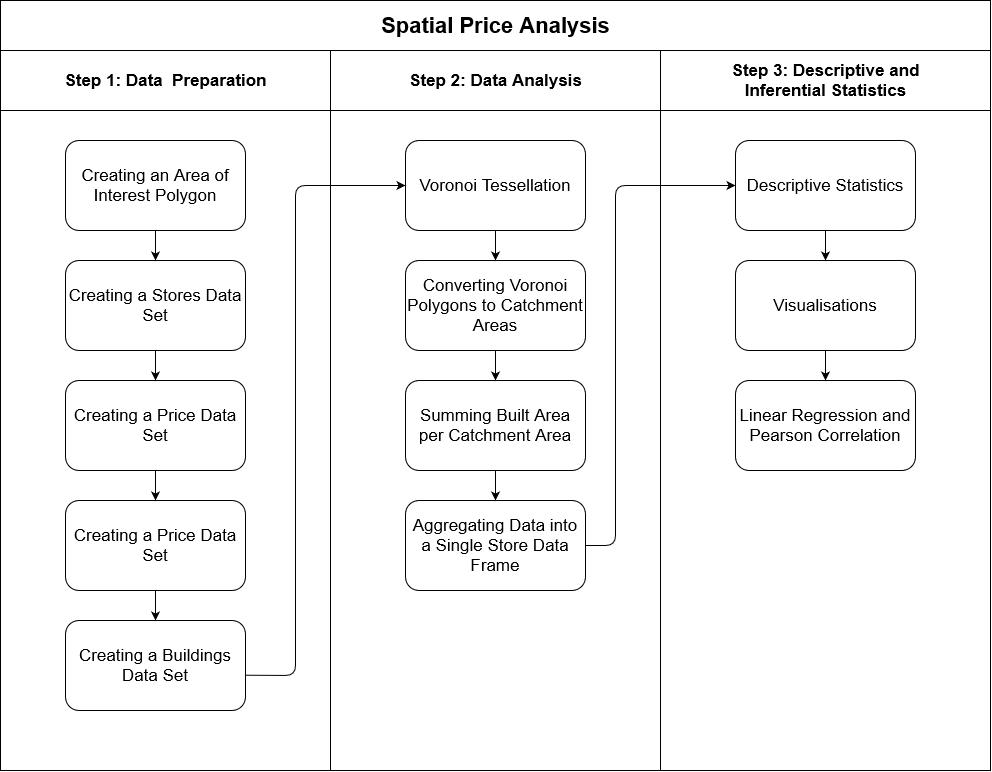
This is plots/flowchart.png from jonathangat/SpatialPriceAnalysis, a draw.io export, as it was before one commit. Source tidied: cells renumbered, new cells last; positions are measured from the earlier drawing's top-left corner, leaving out a move shared by most shapes.
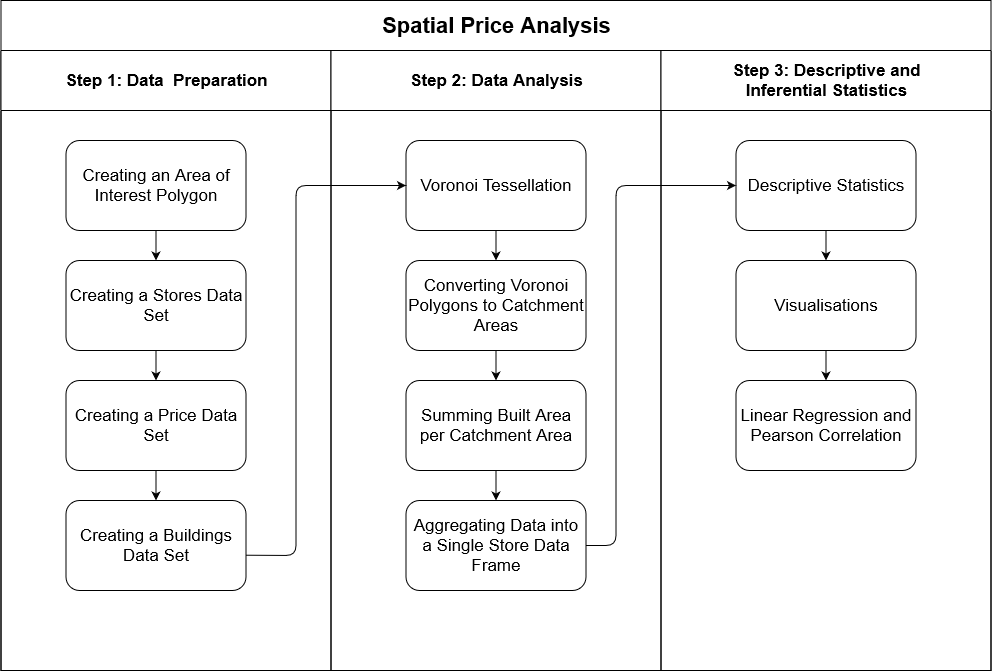
Above is the later version.

The edit, as a diff of the source:
```diff
@@ -3,10 +3,10 @@
     <mxCell id="0" />
     <mxCell id="1" parent="0" />
     <mxCell id="2" value="Spatial Price Analysis" style="swimlane;html=1;startSize=50;fontFamily=Helvetica;fontSize=22;" parent="1" vertex="1">
-      <mxGeometry width="990" height="770" as="geometry" />
+      <mxGeometry width="990" height="670" as="geometry" />
     </mxCell>
     <mxCell id="3" value="Step 1: Data&amp;nbsp; Preparation" style="swimlane;html=1;startSize=60;fontSize=17;" parent="2" vertex="1">
-      <mxGeometry y="50" width="330" height="720" as="geometry" />
+      <mxGeometry y="50" width="330" height="620" as="geometry" />
     </mxCell>
     <mxCell id="4" value="Creating an Area of Interest Polygon" style="rounded=1;whiteSpace=wrap;html=1;fontFamily=Helvetica;fontSize=17;" parent="3" vertex="1">
       <mxGeometry x="65" y="90" width="180" height="90" as="geometry" />
@@ -17,11 +17,8 @@
     <mxCell id="6" value="Creating a Price Data Set" style="rounded=1;whiteSpace=wrap;html=1;fontFamily=Helvetica;fontSize=17;" parent="3" vertex="1">
       <mxGeometry x="65" y="330" width="180" height="90" as="geometry" />
     </mxCell>
-    <mxCell id="7" value="Creating a Price Data Set" style="rounded=1;whiteSpace=wrap;html=1;fontFamily=Helvetica;fontSize=17;" parent="3" vertex="1">
-      <mxGeometry x="65" y="450" width="180" height="90" as="geometry" />
-    </mxCell>
     <mxCell id="8" value="Creating a Buildings Data Set" style="rounded=1;whiteSpace=wrap;html=1;fontFamily=Helvetica;fontSize=17;" parent="3" vertex="1">
-      <mxGeometry x="65" y="570" width="180" height="90" as="geometry" />
+      <mxGeometry x="65" y="450" width="180" height="90" as="geometry" />
     </mxCell>
     <mxCell id="9" style="endArrow=classic;html=1;fontFamily=Helvetica;fontSize=17;entryX=0.5;entryY=0;entryDx=0;entryDy=0;" parent="3" edge="1" source="4" target="5">
       <mxGeometry relative="1" as="geometry" />
@@ -29,14 +26,11 @@
     <mxCell id="10" style="endArrow=classic;html=1;fontFamily=Helvetica;fontSize=17;" parent="3" edge="1" source="5" target="6">
       <mxGeometry relative="1" as="geometry" />
     </mxCell>
-    <mxCell id="11" style="endArrow=classic;html=1;fontFamily=Helvetica;fontSize=17;" parent="3" edge="1" source="6" target="7">
-      <mxGeometry relative="1" as="geometry" />
-    </mxCell>
-    <mxCell id="12" style="endArrow=classic;html=1;fontFamily=Helvetica;fontSize=17;" parent="3" edge="1" source="7" target="8">
-      <mxGeometry relative="1" as="geometry" />
-    </mxCell>
+    <mxCell id="29" style="endArrow=classic;html=1;" parent="3" edge="1" source="6" target="8">
+      <mxGeometry relative="1" as="geometry" />
+    </mxCell>
     <mxCell id="13" value="Step 2: Data Analysis" style="swimlane;html=1;startSize=60;fontSize=17;" parent="2" vertex="1">
-      <mxGeometry x="330" y="50" width="330" height="720" as="geometry" />
+      <mxGeometry x="330" y="50" width="330" height="620" as="geometry" />
     </mxCell>
     <mxCell id="14" value="Voronoi Tessellation" style="rounded=1;whiteSpace=wrap;html=1;fontFamily=Helvetica;fontSize=17;" parent="13" vertex="1">
       <mxGeometry x="75" y="90" width="180" height="90" as="geometry" />
@@ -60,7 +54,7 @@
       <mxGeometry relative="1" as="geometry" />
     </mxCell>
     <mxCell id="21" value="&lt;div&gt;Step 3: Descriptive and&lt;/div&gt;&lt;div&gt; Inferential Statistics&lt;/div&gt;" style="swimlane;html=1;startSize=60;fontSize=17;" parent="2" vertex="1">
-      <mxGeometry x="660" y="50" width="330" height="720" as="geometry" />
+      <mxGeometry x="660" y="50" width="330" height="620" as="geometry" />
     </mxCell>
     <mxCell id="22" value="Descriptive Statistics" style="rounded=1;whiteSpace=wrap;html=1;fontFamily=Helvetica;fontSize=17;" parent="21" vertex="1">
       <mxGeometry x="75" y="90" width="180" height="90" as="geometry" />
@@ -82,7 +76,7 @@
     <mxCell id="27" style="endArrow=classic;html=1;fontFamily=Helvetica;fontSize=17;exitX=0.999;exitY=0.608;exitDx=0;exitDy=0;exitPerimeter=0;" parent="2" edge="1" source="8" target="14">
       <mxGeometry relative="1" as="geometry">
         <Array as="points">
-          <mxPoint x="295" y="675" />
+          <mxPoint x="295" y="555" />
           <mxPoint x="295" y="185" />
         </Array>
       </mxGeometry>
```
